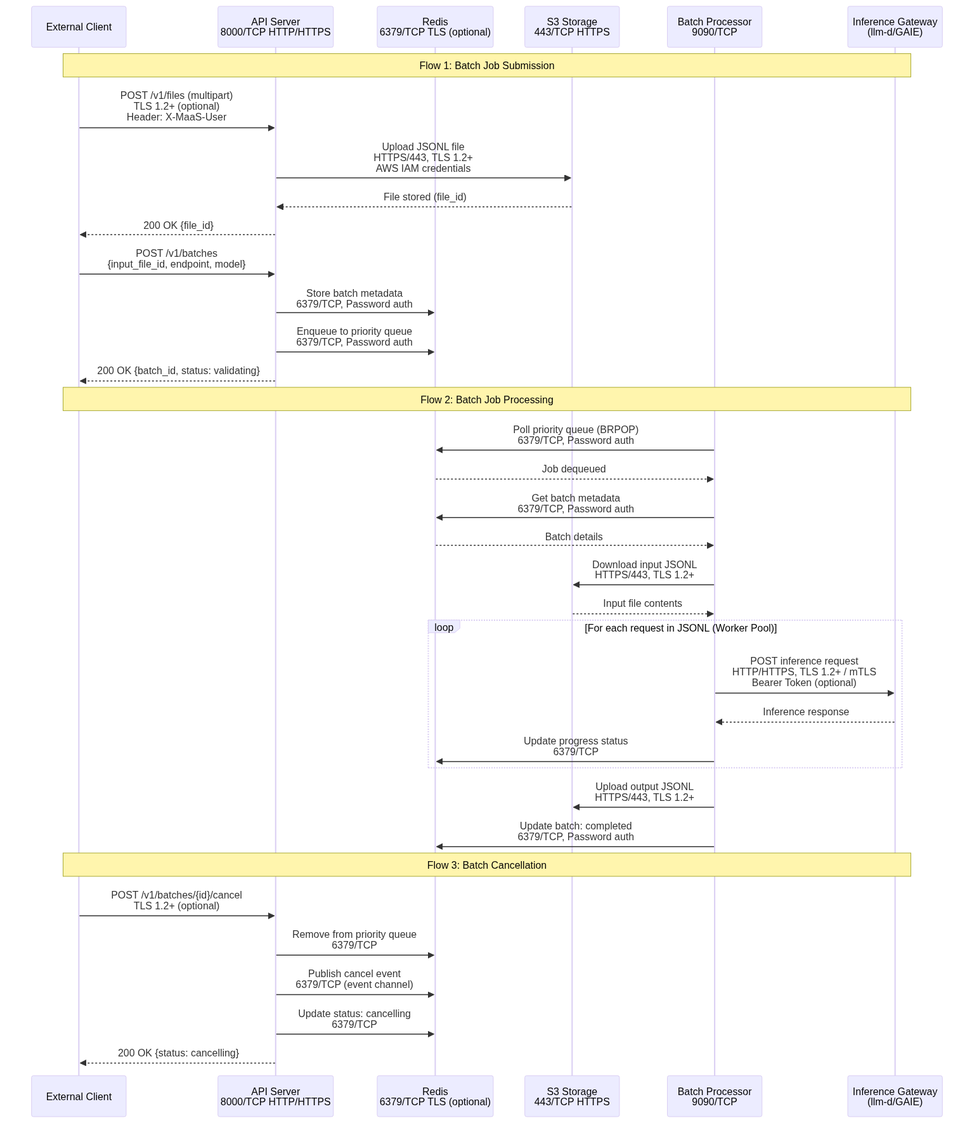
Before: architecture/rhoai-3.4-ea.2/diagrams/batch-gateway-dataflow.png, a diagram exported from Mermaid (rhuss/architecture-context). Its source is kept beside it as architecture/rhoai-3.4-ea.2/diagrams/batch-gateway-dataflow.mmd.
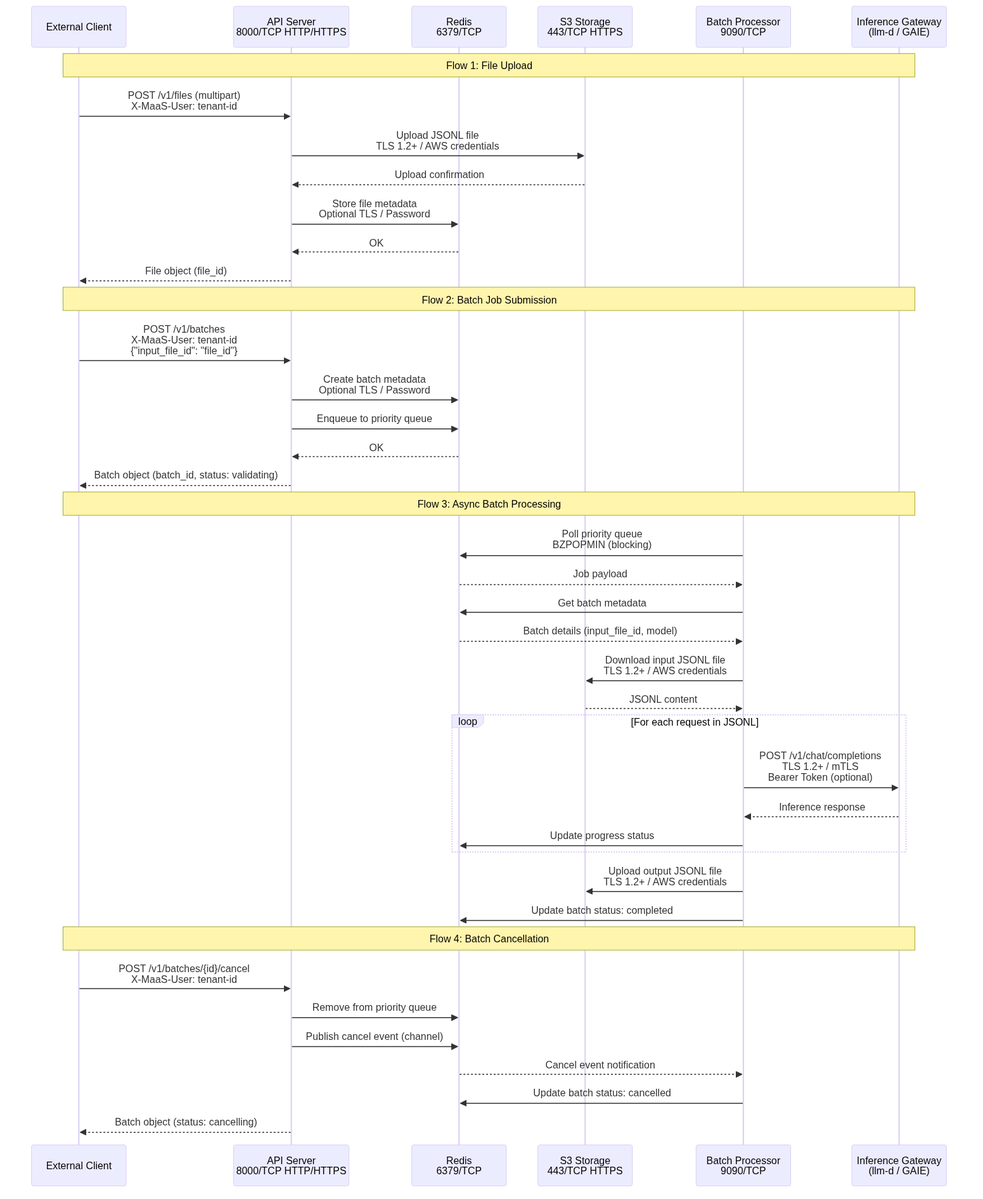
Above is the later version.

The edit, as a diff of the source:
```diff
@@ -2,45 +2,47 @@
 sequenceDiagram
     participant Client as External Client
     participant API as API Server<br/>8000/TCP HTTP/HTTPS
-    participant Redis as Redis<br/>6379/TCP TLS (optional)
+    participant Redis as Redis<br/>6379/TCP
     participant S3 as S3 Storage<br/>443/TCP HTTPS
-    participant Proc as Batch Processor<br/>9090/TCP
-    participant IGW as Inference Gateway<br/>(llm-d/GAIE)
+    participant Processor as Batch Processor<br/>9090/TCP
+    participant Gateway as Inference Gateway<br/>(llm-d / GAIE)
 
-    Note over Client,IGW: Flow 1: Batch Job Submission
+    Note over Client,Gateway: Flow 1: File Upload
+    Client->>API: POST /v1/files (multipart)<br/>X-MaaS-User: tenant-id
+    API->>S3: Upload JSONL file<br/>TLS 1.2+ / AWS credentials
+    S3-->>API: Upload confirmation
+    API->>Redis: Store file metadata<br/>Optional TLS / Password
+    Redis-->>API: OK
+    API-->>Client: File object (file_id)
 
-    Client->>API: POST /v1/files (multipart)<br/>TLS 1.2+ (optional)<br/>Header: X-MaaS-User
-    API->>S3: Upload JSONL file<br/>HTTPS/443, TLS 1.2+<br/>AWS IAM credentials
-    S3-->>API: File stored (file_id)
-    API-->>Client: 200 OK {file_id}
+    Note over Client,Gateway: Flow 2: Batch Job Submission
+    Client->>API: POST /v1/batches<br/>X-MaaS-User: tenant-id<br/>{"input_file_id": "file_id"}
+    API->>Redis: Create batch metadata<br/>Optional TLS / Password
+    API->>Redis: Enqueue to priority queue
+    Redis-->>API: OK
+    API-->>Client: Batch object (batch_id, status: validating)
 
-    Client->>API: POST /v1/batches<br/>{input_file_id, endpoint, model}
-    API->>Redis: Store batch metadata<br/>6379/TCP, Password auth
-    API->>Redis: Enqueue to priority queue<br/>6379/TCP, Password auth
-    API-->>Client: 200 OK {batch_id, status: validating}
+    Note over Client,Gateway: Flow 3: Async Batch Processing
+    Processor->>Redis: Poll priority queue<br/>BZPOPMIN (blocking)
+    Redis-->>Processor: Job payload
+    Processor->>Redis: Get batch metadata
+    Redis-->>Processor: Batch details (input_file_id, model)
+    Processor->>S3: Download input JSONL file<br/>TLS 1.2+ / AWS credentials
+    S3-->>Processor: JSONL content
 
-    Note over Client,IGW: Flow 2: Batch Job Processing
-
-    Proc->>Redis: Poll priority queue (BRPOP)<br/>6379/TCP, Password auth
-    Redis-->>Proc: Job dequeued
-    Proc->>Redis: Get batch metadata<br/>6379/TCP, Password auth
-    Redis-->>Proc: Batch details
-    Proc->>S3: Download input JSONL<br/>HTTPS/443, TLS 1.2+
-    S3-->>Proc: Input file contents
-
-    loop For each request in JSONL (Worker Pool)
-        Proc->>IGW: POST inference request<br/>HTTP/HTTPS, TLS 1.2+ / mTLS<br/>Bearer Token (optional)
-        IGW-->>Proc: Inference response
-        Proc->>Redis: Update progress status<br/>6379/TCP
+    loop For each request in JSONL
+        Processor->>Gateway: POST /v1/chat/completions<br/>TLS 1.2+ / mTLS<br/>Bearer Token (optional)
+        Gateway-->>Processor: Inference response
+        Processor->>Redis: Update progress status
     end
 
-    Proc->>S3: Upload output JSONL<br/>HTTPS/443, TLS 1.2+
-    Proc->>Redis: Update batch: completed<br/>6379/TCP, Password auth
+    Processor->>S3: Upload output JSONL file<br/>TLS 1.2+ / AWS credentials
+    Processor->>Redis: Update batch status: completed
 
-    Note over Client,IGW: Flow 3: Batch Cancellation
-
-    Client->>API: POST /v1/batches/{id}/cancel<br/>TLS 1.2+ (optional)
-    API->>Redis: Remove from priority queue<br/>6379/TCP
-    API->>Redis: Publish cancel event<br/>6379/TCP (event channel)
-    API->>Redis: Update status: cancelling<br/>6379/TCP
-    API-->>Client: 200 OK {status: cancelling}
+    Note over Client,Gateway: Flow 4: Batch Cancellation
+    Client->>API: POST /v1/batches/{id}/cancel<br/>X-MaaS-User: tenant-id
+    API->>Redis: Remove from priority queue
+    API->>Redis: Publish cancel event (channel)
+    Redis-->>Processor: Cancel event notification
+    Processor->>Redis: Update batch status: cancelled
+    API-->>Client: Batch object (status: cancelling)
```
